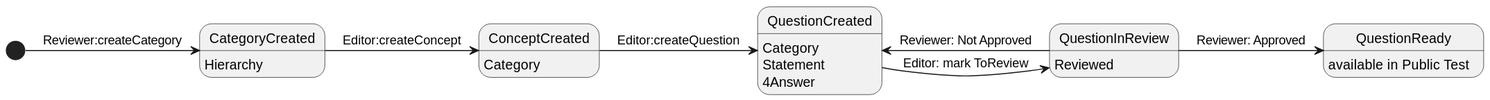
Before: out/doc/questionStates/QuestionStates.svg, a diagram exported from PlantUML (Joselon/ProyectoOpoTest).
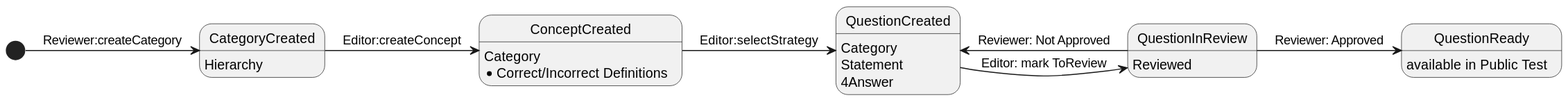
The same file after the commit.

What changed in the source:
```diff
@@ -8,6 +8,7 @@
 
 CategoryCreated: Hierarchy
 ConceptCreated : Category
+ConceptCreated : *Correct/Incorrect Definitions
 
 QuestionCreated :  Category
 QuestionCreated : Statement
@@ -19,7 +20,7 @@
 
 [*] -> CategoryCreated : Reviewer:createCategory
 CategoryCreated -> ConceptCreated : Editor:createConcept
-ConceptCreated-> QuestionCreated : Editor:createQuestion
+ConceptCreated-> QuestionCreated : Editor:selectStrategy
 QuestionCreated -> QuestionInReview : Editor: mark ToReview
 QuestionInReview -> QuestionCreated : Reviewer: Not Approved
 QuestionInReview -> QuestionReady : Reviewer: Approved
```
